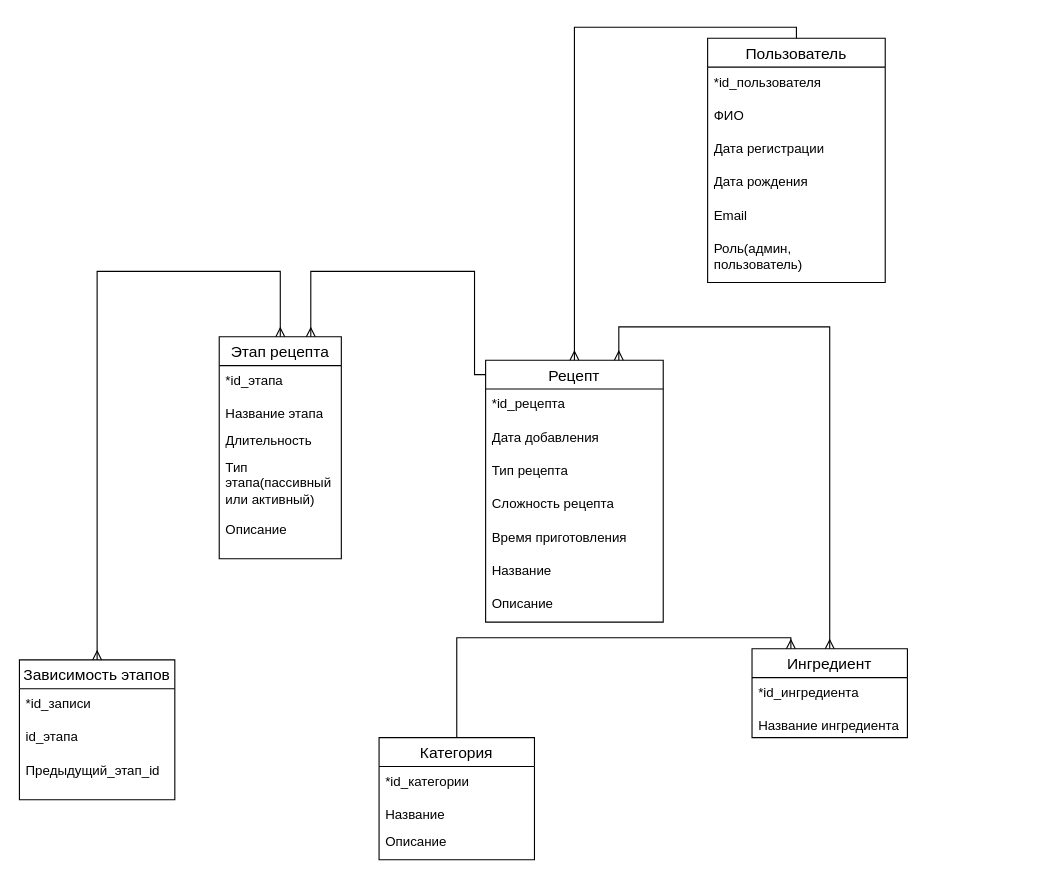
pestlain34/A_Graph-Based_System_for_Intelligent_Culinary_Process_Sequencing keeps this draw.io diagram as doc/erd.drawio. Above is the earlier version. Source tidied: cells renumbered, new cells numbered last; positions are measured from the earlier drawing's top-left corner, leaving out a move shared by most shapes. Both pictures are drawn from the tidied source at 111%, with x=0, y=0 at pixel (19, 38).
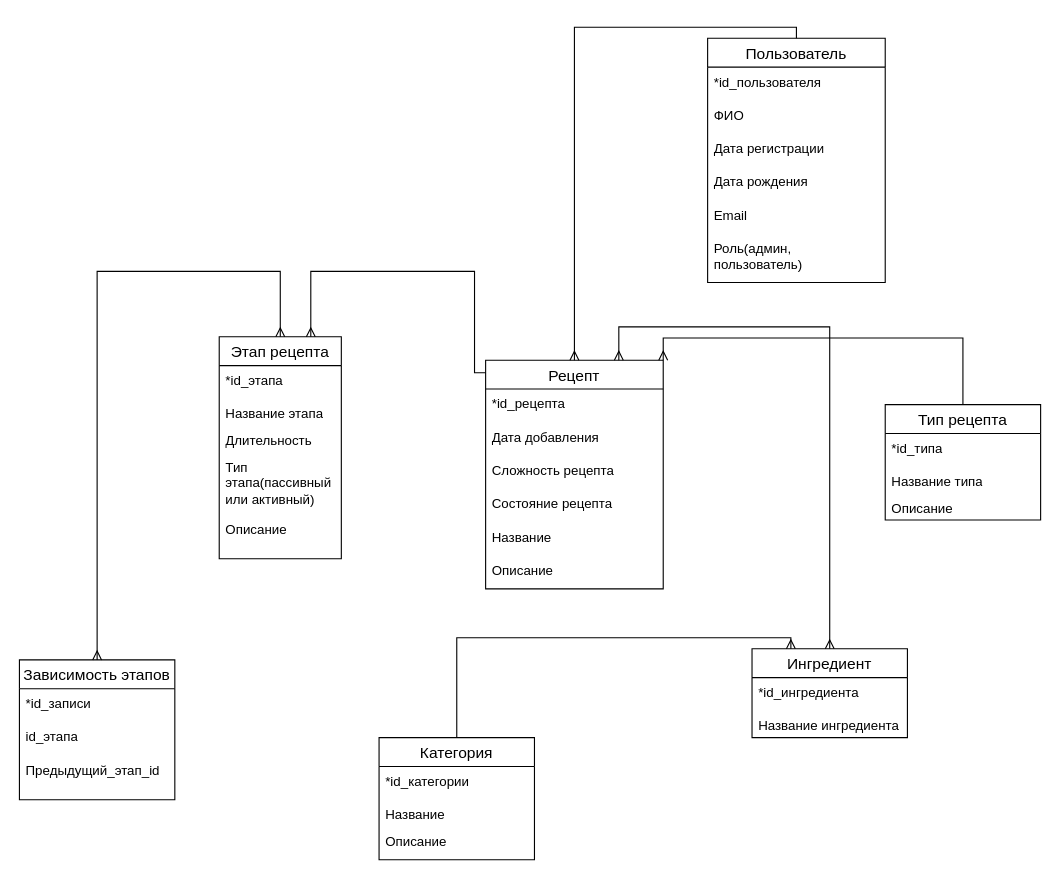
The same diagram, later.

Change to the diagram source:
```diff
@@
     <mxCell id="9" value="Рецепт" style="swimlane;fontStyle=0;horizontal=1;startSize=26;align=center;fontSize=14;" parent="1" vertex="1">
-      <mxGeometry x="420" y="290" width="160" height="236" as="geometry" />
+      <mxGeometry x="420" y="290" width="160" height="206" as="geometry" />
     </mxCell>
@@
-    <mxCell id="12" value="Тип рецепта" style="text;strokeColor=none;fillColor=none;spacingLeft=4;spacingRight=4;overflow=hidden;points=[[0,0.5],[1,0.5]];portConstraint=eastwest;fontSize=12;whiteSpace=wrap;html=1;" parent="9" vertex="1">
-      <mxGeometry y="86" width="160" height="30" as="geometry" />
-    </mxCell>
     <mxCell id="13" value="Сложность рецепта" style="text;strokeColor=none;fillColor=none;spacingLeft=4;spacingRight=4;overflow=hidden;fontSize=12;whiteSpace=wrap;html=1;" parent="9" vertex="1">
-      <mxGeometry y="116" width="160" height="30" as="geometry" />
+      <mxGeometry y="86" width="160" height="30" as="geometry" />
     </mxCell>
-    <mxCell id="14" value="Время приготовления" style="text;strokeColor=none;fillColor=none;spacingLeft=4;spacingRight=4;overflow=hidden;fontSize=12;whiteSpace=wrap;html=1;" parent="9" vertex="1">
-      <mxGeometry y="146" width="160" height="30" as="geometry" />
+    <mxCell id="14" value="Состояние рецепта" style="text;strokeColor=none;fillColor=none;spacingLeft=4;spacingRight=4;overflow=hidden;fontSize=12;whiteSpace=wrap;html=1;" parent="9" vertex="1">
+      <mxGeometry y="116" width="160" height="30" as="geometry" />
     </mxCell>
     <mxCell id="15" value="Название" style="text;strokeColor=none;fillColor=none;spacingLeft=4;spacingRight=4;overflow=hidden;fontSize=12;whiteSpace=wrap;html=1;" parent="9" vertex="1">
-      <mxGeometry y="176" width="160" height="30" as="geometry" />
+      <mxGeometry y="146" width="160" height="30" as="geometry" />
     </mxCell>
     <mxCell id="16" value="Описание" style="text;strokeColor=none;fillColor=none;spacingLeft=4;spacingRight=4;overflow=hidden;fontSize=12;whiteSpace=wrap;html=1;" parent="9" vertex="1">
-      <mxGeometry y="206" width="160" height="30" as="geometry" />
+      <mxGeometry y="176" width="160" height="30" as="geometry" />
     </mxCell>
@@
+    <mxCell id="12" value="Тип рецепта" style="swimlane;fontStyle=0;horizontal=1;startSize=26;align=center;fontSize=14;" parent="1" vertex="1">
+      <mxGeometry x="780" y="330" width="140" height="104" as="geometry" />
+    </mxCell>
+    <mxCell id="39" value="*id_типа" style="text;strokeColor=none;fillColor=none;spacingLeft=4;spacingRight=4;overflow=hidden;fontSize=12;whiteSpace=wrap;html=1;" parent="12" vertex="1">
+      <mxGeometry y="26" width="140" height="30" as="geometry" />
+    </mxCell>
+    <mxCell id="40" value="Название типа" style="text;strokeColor=none;fillColor=none;spacingLeft=4;spacingRight=4;overflow=hidden;fontSize=12;whiteSpace=wrap;html=1;" parent="12" vertex="1">
+      <mxGeometry y="56" width="140" height="24" as="geometry" />
+    </mxCell>
+    <mxCell id="41" value="Описание" style="text;strokeColor=none;fillColor=none;spacingLeft=4;spacingRight=4;overflow=hidden;fontSize=12;whiteSpace=wrap;html=1;" parent="12" vertex="1">
+      <mxGeometry y="80" width="140" height="24" as="geometry" />
+    </mxCell>
+    <mxCell id="42" style="endArrow=ERmany;html=1;rounded=0;exitX=0.5;exitY=0;exitDx=0;exitDy=0;edgeStyle=orthogonalEdgeStyle;entryX=1;entryY=0;entryDx=0;entryDy=0;startArrow=none;startFill=0;endFill=0;" parent="1" edge="1" source="12" target="9">
+      <mxGeometry relative="1" as="geometry">
+        <Array as="points">
+          <mxPoint x="850" y="270" />
+          <mxPoint x="580" y="270" />
+        </Array>
+      </mxGeometry>
+    </mxCell>
```
